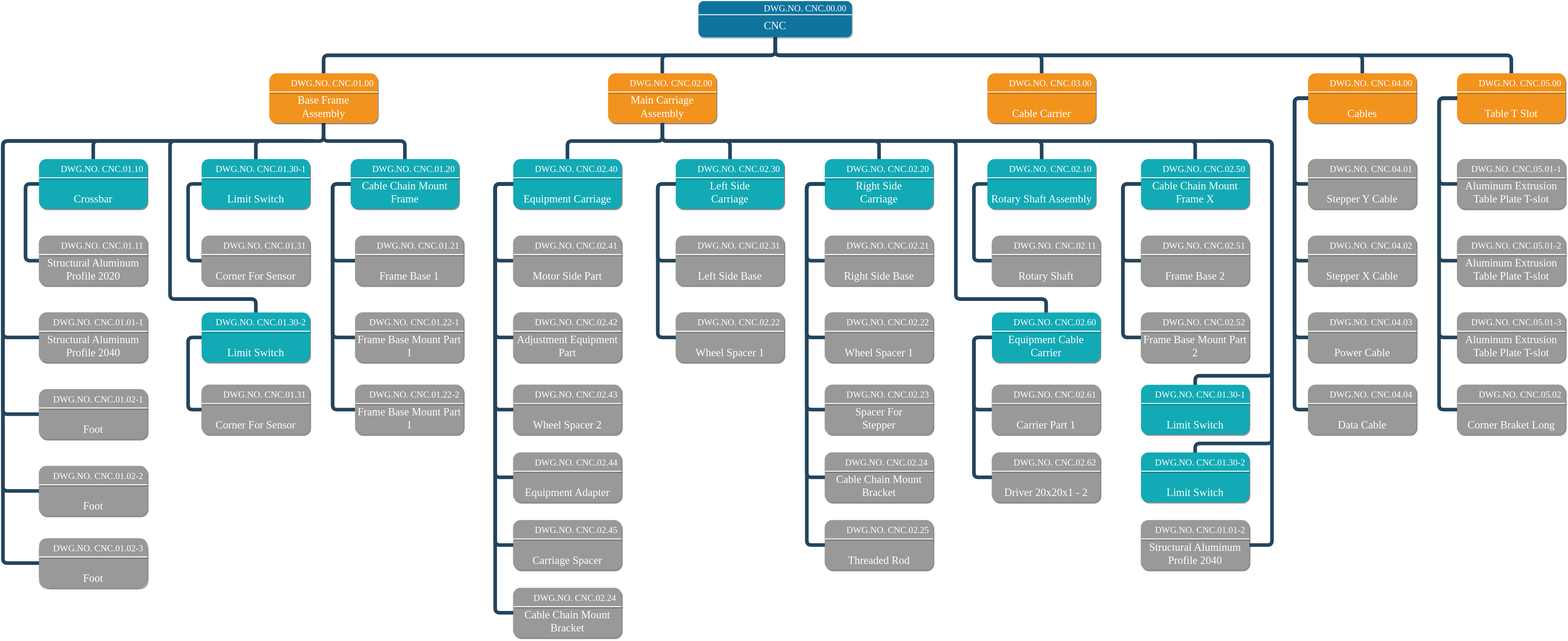
Above: pic/structure.svg in veresvr/LaserCNCMachine (draw.io), before the change. Source tidied: cells renumbered, new cells last; positions are measured from the earlier drawing's top-left corner, leaving out a move shared by most shapes.
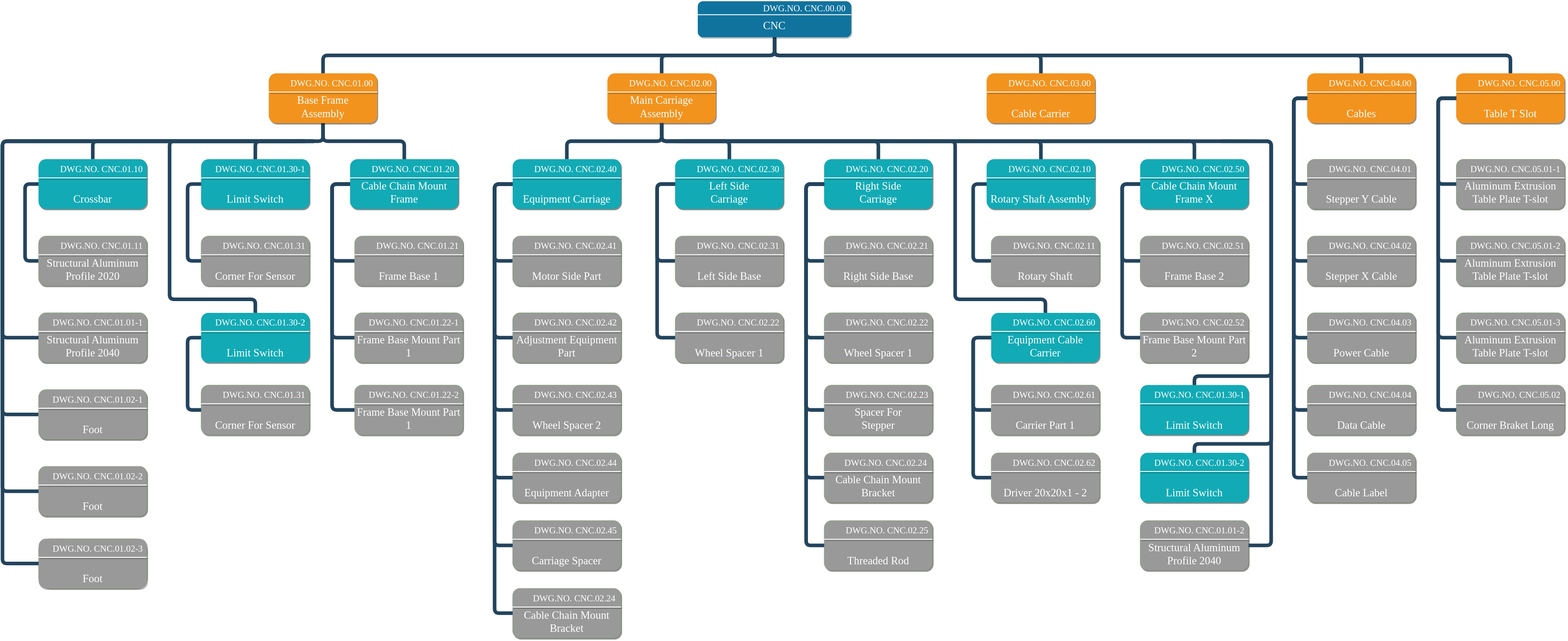
Above is the later version.

Diff of the diagram source:
```diff
@@ -1230,5 +1230,27 @@
     <mxCell id="287" value="DWG.NO. CNC.02.21" style="text;html=1;strokeColor=none;fillColor=none;align=right;verticalAlign=middle;whiteSpace=wrap;rounded=0;fontStyle=0;fontSize=20;fontColor=#FFFFFF;fontFamily=ubuntu;shadow=1;" parent="284" vertex="1">
       <mxGeometry x="7.1" width="225.9" height="41.2" as="geometry" />
     </mxCell>
+    <mxCell id="288" value="DiscEnclosure" style="rounded=1;shadow=1;fontFamily=ubuntu;fontSize=24;fillColor=#d5e8d4;strokeColor=#82b366;" parent="1" vertex="1">
+      <mxGeometry x="3370" y="1090" width="240" height="110" as="geometry" />
+    </mxCell>
+    <mxCell id="289" value="Cable Label" style="whiteSpace=wrap;rounded=1;shadow=1;fillColor=#999999;strokeColor=none;fontColor=#FFFFFF;fontStyle=0;fontSize=24;verticalAlign=bottom;fontFamily=ubuntu;spacingBottom=4;" parent="288" vertex="1">
+      <mxGeometry width="240" height="110" as="geometry" />
+    </mxCell>
+    <mxCell id="290" style="line;strokeWidth=2;html=1;perimeter=backbonePerimeter;fontColor=#FFFFFF;strokeColor=#FFFFFF;rounded=1;shadow=1;fontFamily=ubuntu;fontSize=24;fillColor=#999999;gradientColor=none;" parent="288" vertex="1">
+      <mxGeometry y="34.4" width="240" height="13.8" as="geometry" />
+    </mxCell>
+    <mxCell id="291" value="DWG.NO. CNC.04.05" style="text;html=1;strokeColor=none;fillColor=none;align=right;verticalAlign=middle;whiteSpace=wrap;rounded=0;fontStyle=0;fontSize=20;fontColor=#FFFFFF;fontFamily=ubuntu;shadow=1;" parent="288" vertex="1">
+      <mxGeometry x="7.1" width="225.9" height="41.2" as="geometry" />
+    </mxCell>
+    <mxCell id="292" style="edgeStyle=elbowEdgeStyle;elbow=horizontal;rounded=1;fontColor=#000000;endArrow=none;endFill=0;strokeWidth=8;strokeColor=#23445D;exitX=0;exitY=0.5;exitDx=0;exitDy=0;entryX=0;entryY=0.5;entryDx=0;entryDy=0;" parent="1" edge="1" source="118" target="289">
+      <mxGeometry relative="1" as="geometry">
+        <Array as="points">
+          <mxPoint x="3340" y="1060" />
+          <mxPoint x="3350" y="910" />
+          <mxPoint x="3330" y="915" />
+          <mxPoint x="3240" y="1215" />
+        </Array>
+      </mxGeometry>
+    </mxCell>
   </root>
 </mxGraphModel>
```
